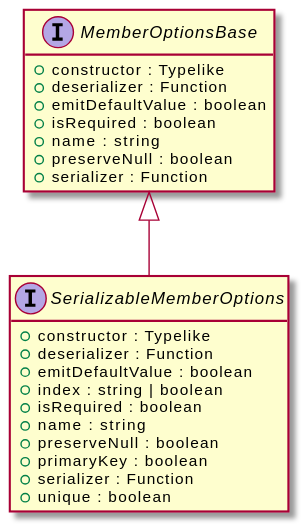
OpenHPS/openhps-core keeps this PlantUML diagram as assets/SerializableMemberOptions-umlClassDiagram-4415.svg. Above is the earlier version. The source it was exported from:
```plantuml
@startuml
skinparam BackgroundColor transparent
hide empty methods
hide empty fields
interface "SerializableMemberOptions" {
    +constructor : Typelike
    +deserializer : Function
    +emitDefaultValue : boolean
    +index : string | boolean
    +isRequired : boolean
    +name : string
    +preserveNull : boolean
    +primaryKey : boolean
    +serializer : Function
    +unique : boolean
}
interface "MemberOptionsBase" {
    +constructor : Typelike
    +deserializer : Function
    +emitDefaultValue : boolean
    +isRequired : boolean
    +name : string
    +preserveNull : boolean
    +serializer : Function
}
"MemberOptionsBase" <|-- "SerializableMemberOptions"
@enduml
```
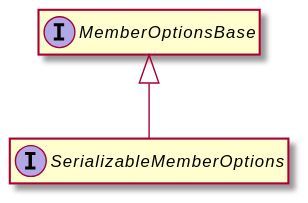
After the change.

Diff of the diagram source:
```diff
@@ -3,25 +3,8 @@
 hide empty methods
 hide empty fields
 interface "SerializableMemberOptions" {
-    +constructor : Typelike
-    +deserializer : Function
-    +emitDefaultValue : boolean
-    +index : string | boolean
-    +isRequired : boolean
-    +name : string
-    +preserveNull : boolean
-    +primaryKey : boolean
-    +serializer : Function
-    +unique : boolean
 }
 interface "MemberOptionsBase" {
-    +constructor : Typelike
-    +deserializer : Function
-    +emitDefaultValue : boolean
-    +isRequired : boolean
-    +name : string
-    +preserveNull : boolean
-    +serializer : Function
 }
 "MemberOptionsBase" <|-- "SerializableMemberOptions"
 @enduml
```
